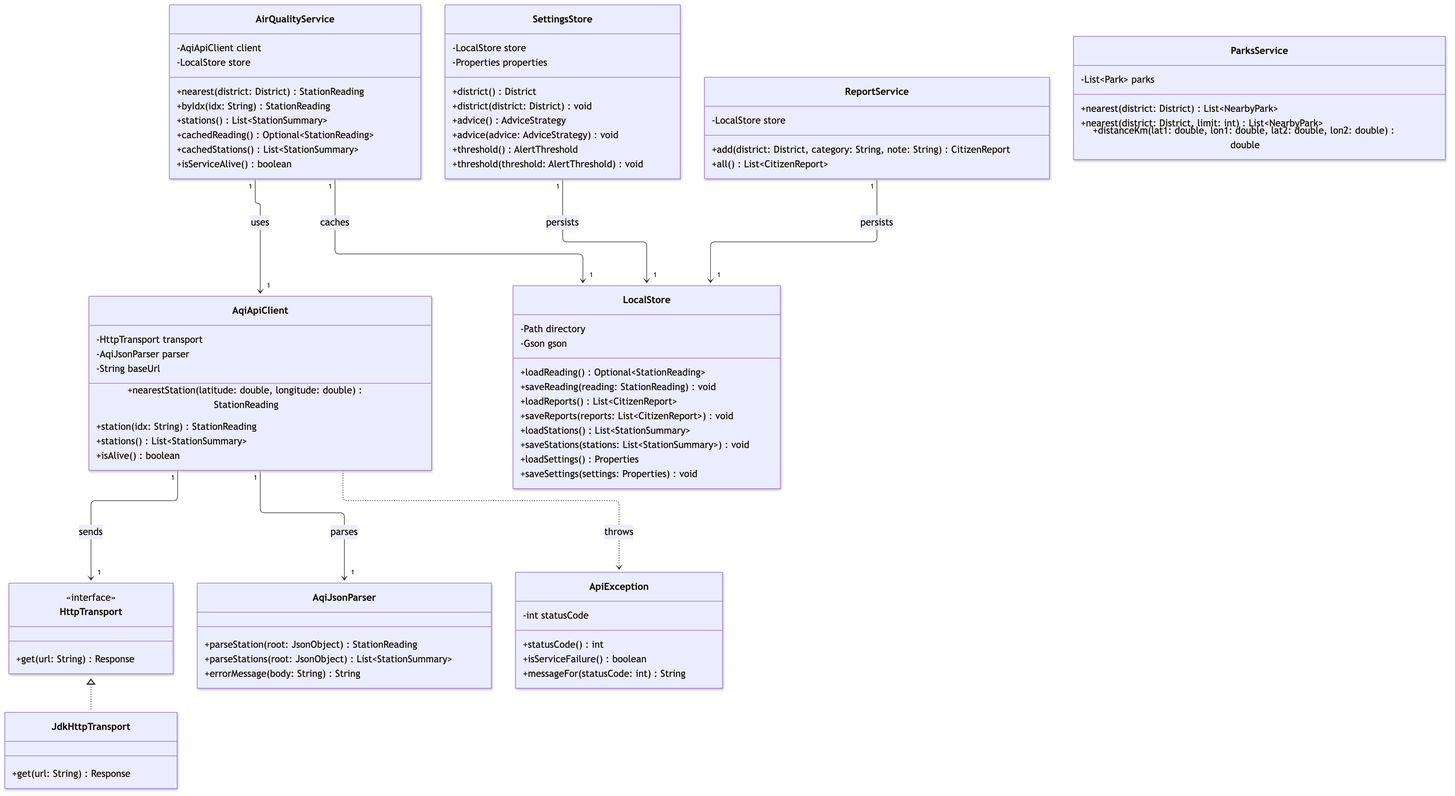
Earlier version of the Mermaid export docs/diagrams/class-diagram-services.png (melvinchia3636/sc-assignment). Its source is kept beside it as docs/diagrams/class-diagram-services.mmd.
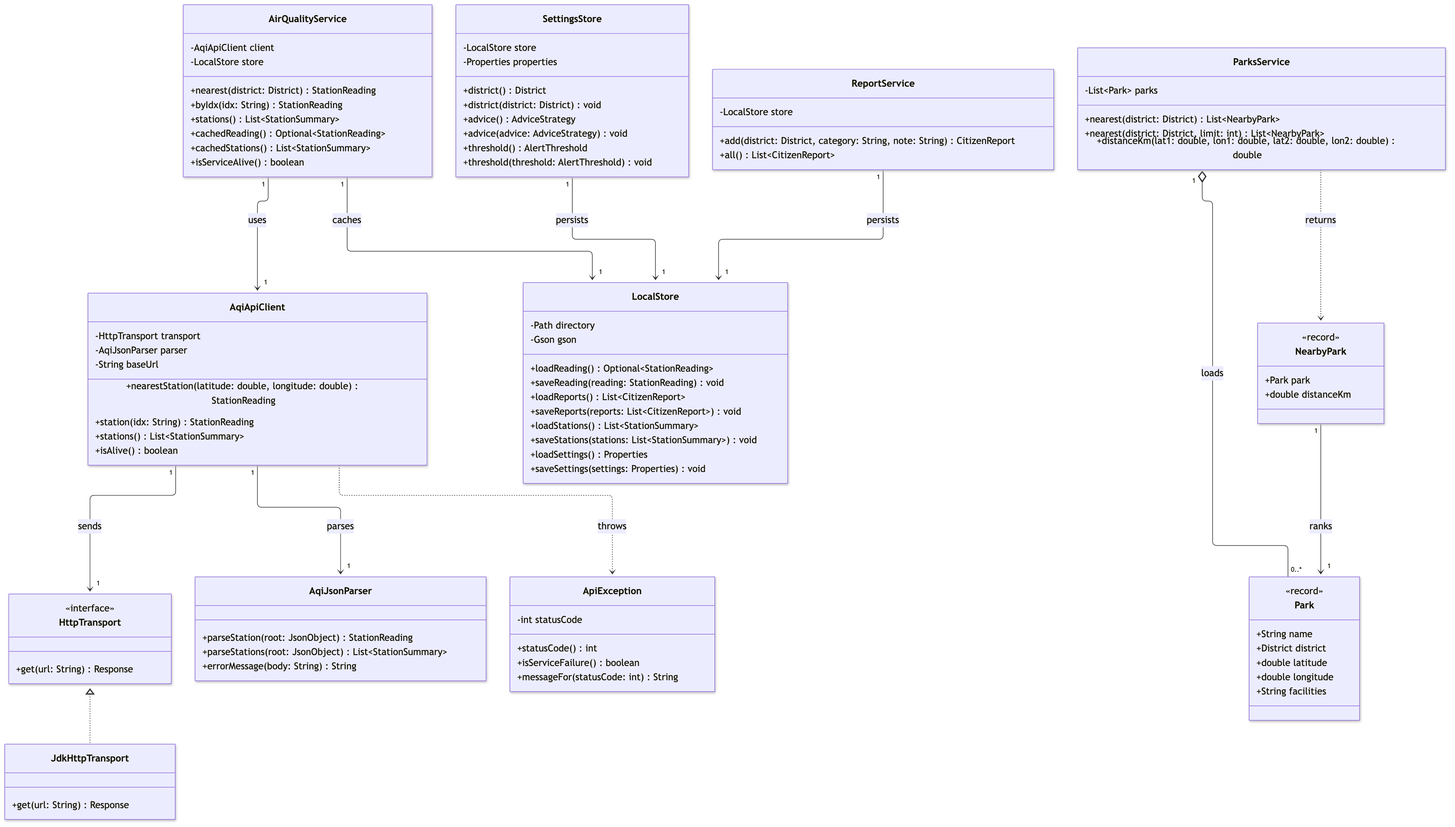
After the change.

Commit message:
docs: connect ParksService to its park model in the service diagram

Diff of the diagram source:
```diff
@@ -87,6 +87,21 @@
         +distanceKm(lat1: double, lon1: double, lat2: double, lon2: double) double
     }
 
+    class Park {
+        <<record>>
+        +String name
+        +District district
+        +double latitude
+        +double longitude
+        +String facilities
+    }
+
+    class NearbyPark {
+        <<record>>
+        +Park park
+        +double distanceKm
+    }
+
     HttpTransport <|.. JdkHttpTransport
     AirQualityService "1" --> "1" AqiApiClient : uses
     AirQualityService "1" --> "1" LocalStore : caches
@@ -95,3 +110,6 @@
     AqiApiClient ..> ApiException : throws
     SettingsStore "1" --> "1" LocalStore : persists
     ReportService "1" --> "1" LocalStore : persists
+    ParksService "1" o-- "0..*" Park : loads
+    ParksService ..> NearbyPark : returns
+    NearbyPark "1" --> "1" Park : ranks
```
